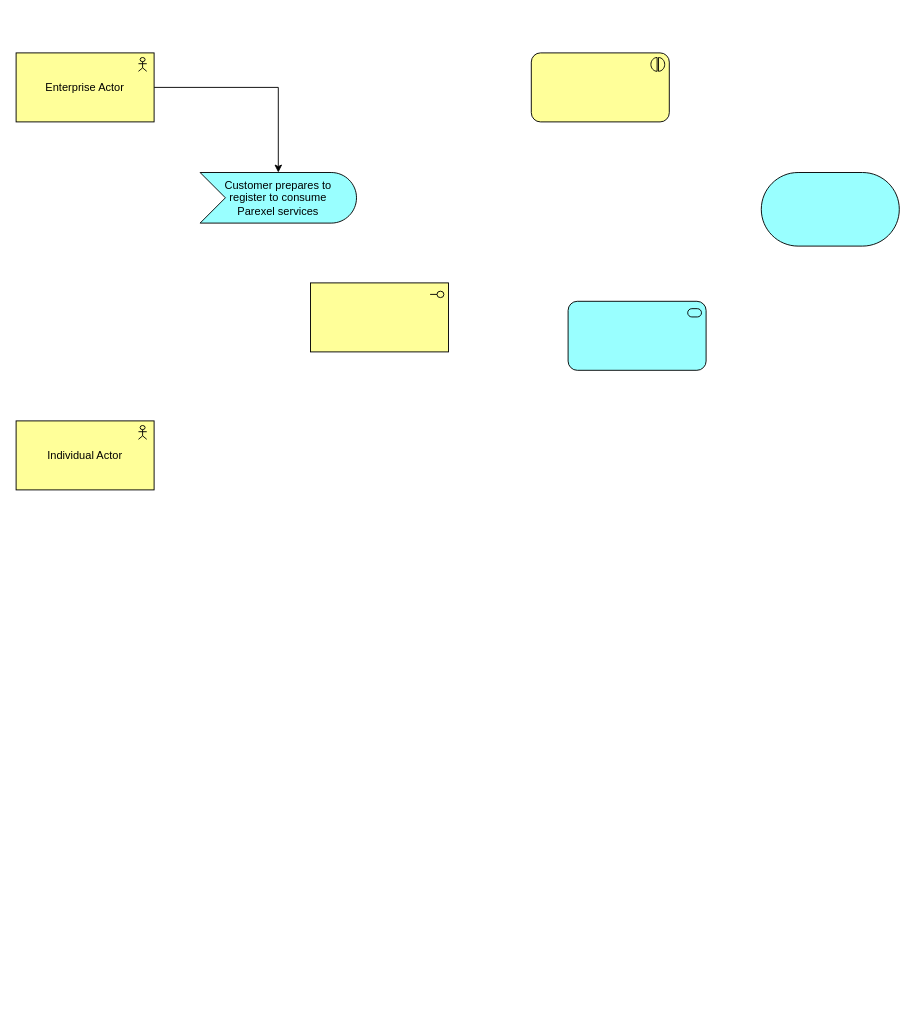
Before: page "Page-1" (1 of 2) of Untitled Diagram.drawio in identity-mark/diagrams, a draw.io diagram. Source tidied: cells renumbered, new cells numbered last; positions are measured from the earlier drawing's top-left corner, leaving out a move shared by most shapes. Both pictures are drawn from the tidied source at 92%, with x=0, y=0 at pixel (16, 52).
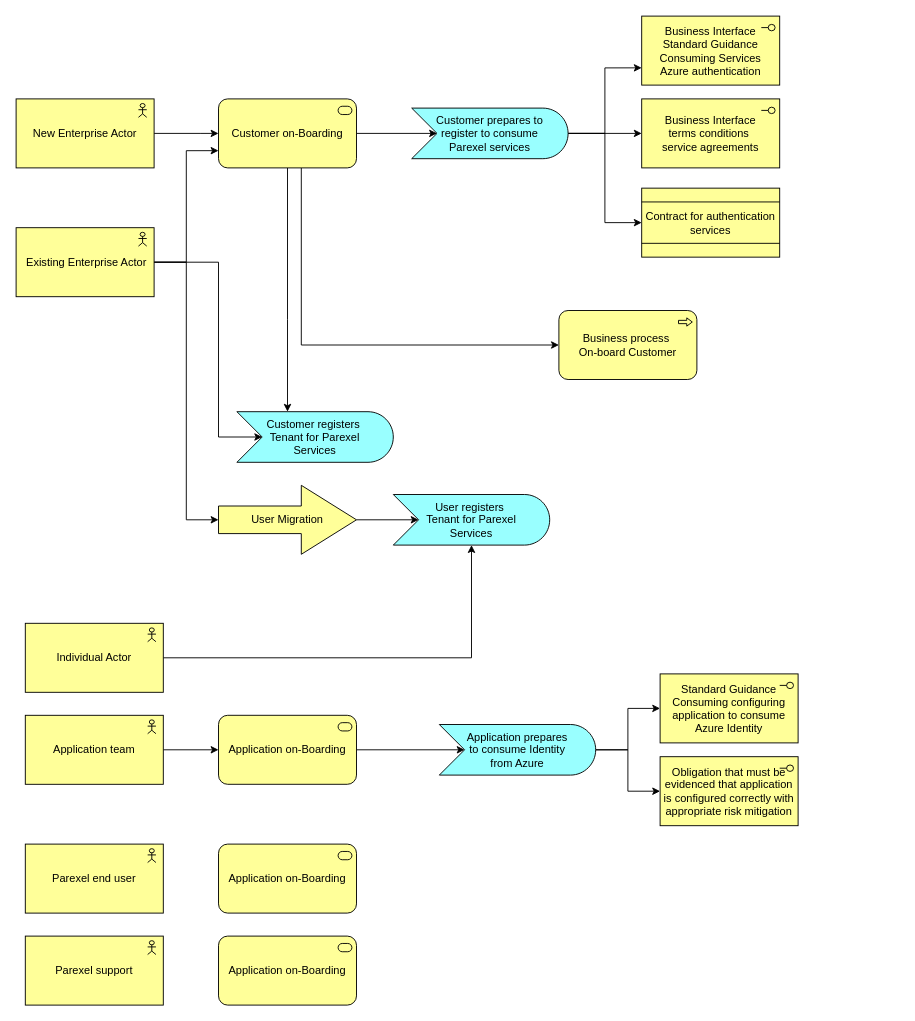
The same page after the edit.

Commit message:
Archi-Mate-Businessdrawio

Change to the diagram source:
```diff
@@
+    <mxCell id="10" style="edgeStyle=orthogonalEdgeStyle;rounded=0;jettySize=auto;html=1;entryX=0;entryY=0.75;entryDx=0;entryDy=0;entryPerimeter=0;" parent="1" edge="1" source="2" target="14">
+      <mxGeometry relative="1" as="geometry" />
+    </mxCell>
+    <mxCell id="11" style="edgeStyle=orthogonalEdgeStyle;rounded=0;jettySize=auto;html=1;entryX=0;entryY=0.5;entryDx=0;entryDy=0;entryPerimeter=0;" parent="1" edge="1" source="2" target="15">
+      <mxGeometry relative="1" as="geometry" />
+    </mxCell>
+    <mxCell id="12" style="edgeStyle=orthogonalEdgeStyle;rounded=0;jettySize=auto;html=1;entryX=0;entryY=0.5;entryDx=0;entryDy=0;entryPerimeter=0;" parent="1" edge="1" source="2" target="16">
+      <mxGeometry relative="1" as="geometry" />
+    </mxCell>
     <mxCell id="2" value="Customer prepares to&lt;br&gt;register to&amp;nbsp;consume&lt;br&gt;Parexel services" style="html=1;outlineConnect=0;whiteSpace=wrap;fillColor=#99ffff;shape=mxgraph.archimate3.event;" parent="1" vertex="1">
-      <mxGeometry x="200" y="130" width="170" height="55" as="geometry" />
+      <mxGeometry x="430" y="60" width="170" height="55" as="geometry" />
     </mxCell>
-    <mxCell id="3" style="html=1;whiteSpace=wrap;fillColor=#99ffff;shape=mxgraph.archimate3.application;appType=serv;archiType=rounded;" parent="1" vertex="1">
-      <mxGeometry x="600" y="270" width="150" height="75" as="geometry" />
-    </mxCell>
-    <mxCell id="4" style="html=1;whiteSpace=wrap;fillColor=#ffff99;shape=mxgraph.archimate3.application;appType=interaction;archiType=rounded;" parent="1" vertex="1">
-      <mxGeometry x="560" width="150" height="75" as="geometry" />
-    </mxCell>
-    <mxCell id="5" style="html=1;whiteSpace=wrap;fillColor=#ffff99;shape=mxgraph.archimate3.application;appType=interface;archiType=square;" parent="1" vertex="1">
-      <mxGeometry x="320" y="250" width="150" height="75" as="geometry" />
-    </mxCell>
-    <mxCell id="6" style="html=1;whiteSpace=wrap;fillColor=#99ffff;shape=mxgraph.archimate3.service;" parent="1" vertex="1">
-      <mxGeometry x="810" y="130" width="150" height="80" as="geometry" />
-    </mxCell>
-    <mxCell id="7" style="edgeStyle=orthogonalEdgeStyle;rounded=0;jettySize=auto;html=1;" parent="1" edge="1" source="8" target="2">
-      <mxGeometry relative="1" as="geometry" />
+    <mxCell id="7" style="edgeStyle=orthogonalEdgeStyle;rounded=0;jettySize=auto;html=1;entryX=0;entryY=0.5;entryDx=0;entryDy=0;entryPerimeter=0;" parent="1" edge="1" source="8" target="21">
+      <mxGeometry relative="1" as="geometry">
+        <Array as="points">
+          <mxPoint x="200" y="88" />
+          <mxPoint x="200" y="88" />
+        </Array>
+      </mxGeometry>
     </mxCell>
-    <mxCell id="8" value="Enterprise Actor" style="html=1;outlineConnect=0;whiteSpace=wrap;fillColor=#ffff99;shape=mxgraph.archimate3.application;appType=actor;archiType=square;" parent="1" vertex="1">
-      <mxGeometry width="150" height="75" as="geometry" />
+    <mxCell id="8" value="New Enterprise Actor" style="html=1;outlineConnect=0;whiteSpace=wrap;fillColor=#ffff99;shape=mxgraph.archimate3.application;appType=actor;archiType=square;" parent="1" vertex="1">
+      <mxGeometry y="50" width="150" height="75" as="geometry" />
     </mxCell>
+    <mxCell id="13" style="edgeStyle=orthogonalEdgeStyle;rounded=0;jettySize=auto;html=1;" parent="1" edge="1" source="9" target="37">
+      <mxGeometry relative="1" as="geometry" />
+    </mxCell>
     <mxCell id="9" value="Individual Actor" style="html=1;outlineConnect=0;whiteSpace=wrap;fillColor=#ffff99;shape=mxgraph.archimate3.application;appType=actor;archiType=square;" parent="1" vertex="1">
-      <mxGeometry y="400" width="150" height="75" as="geometry" />
+      <mxGeometry x="10" y="620" width="150" height="75" as="geometry" />
     </mxCell>
+    <mxCell id="14" value="Business Interface&lt;br&gt;Standard Guidance&lt;br&gt;Consuming Services&lt;br&gt;Azure authentication" style="html=1;outlineConnect=0;whiteSpace=wrap;fillColor=#ffff99;shape=mxgraph.archimate3.application;appType=interface;archiType=square;" parent="1" vertex="1">
+      <mxGeometry x="680" y="-40" width="150" height="75" as="geometry" />
+    </mxCell>
+    <mxCell id="15" value="Business Interface&lt;br&gt;terms conditions&amp;nbsp;&lt;br&gt;service agreements" style="html=1;outlineConnect=0;whiteSpace=wrap;fillColor=#ffff99;shape=mxgraph.archimate3.application;appType=interface;archiType=square;" parent="1" vertex="1">
+      <mxGeometry x="680" y="50" width="150" height="75" as="geometry" />
+    </mxCell>
+    <mxCell id="16" value="Contract for authentication services" style="html=1;outlineConnect=0;whiteSpace=wrap;fillColor=#ffff99;shape=mxgraph.archimate3.contract;" parent="1" vertex="1">
+      <mxGeometry x="680" y="147" width="150" height="75" as="geometry" />
+    </mxCell>
+    <mxCell id="17" value="Customer registers&amp;nbsp;&lt;br&gt;Tenant for Parexel&lt;br&gt;Services" style="html=1;outlineConnect=0;whiteSpace=wrap;fillColor=#99ffff;shape=mxgraph.archimate3.event;" parent="1" vertex="1">
+      <mxGeometry x="240" y="390" width="170" height="55" as="geometry" />
+    </mxCell>
+    <mxCell id="18" style="edgeStyle=orthogonalEdgeStyle;rounded=0;jettySize=auto;html=1;entryX=0;entryY=0;entryDx=27.5;entryDy=27.5;entryPerimeter=0;" parent="1" edge="1" source="21" target="2">
+      <mxGeometry relative="1" as="geometry" />
+    </mxCell>
+    <mxCell id="19" style="edgeStyle=orthogonalEdgeStyle;rounded=0;jettySize=auto;html=1;entryX=0;entryY=0.5;entryDx=0;entryDy=0;entryPerimeter=0;" parent="1" edge="1" source="21" target="30">
+      <mxGeometry relative="1" as="geometry">
+        <Array as="points">
+          <mxPoint x="310" y="318" />
+        </Array>
+      </mxGeometry>
+    </mxCell>
+    <mxCell id="20" style="edgeStyle=orthogonalEdgeStyle;rounded=0;jettySize=auto;html=1;" parent="1" edge="1" source="21" target="17">
+      <mxGeometry relative="1" as="geometry">
+        <Array as="points">
+          <mxPoint x="295" y="290" />
+          <mxPoint x="295" y="290" />
+        </Array>
+      </mxGeometry>
+    </mxCell>
+    <mxCell id="21" value="Customer on-Boarding" style="html=1;outlineConnect=0;whiteSpace=wrap;fillColor=#ffff99;shape=mxgraph.archimate3.application;appType=serv;archiType=rounded;" parent="1" vertex="1">
+      <mxGeometry x="220" y="50" width="150" height="75" as="geometry" />
+    </mxCell>
+    <mxCell id="22" value="Parexel end user" style="html=1;whiteSpace=wrap;fillColor=#ffff99;shape=mxgraph.archimate3.application;appType=actor;archiType=square;" parent="1" vertex="1">
+      <mxGeometry x="10" y="860" width="150" height="75" as="geometry" />
+    </mxCell>
+    <mxCell id="23" value="Parexel support" style="html=1;whiteSpace=wrap;fillColor=#ffff99;shape=mxgraph.archimate3.application;appType=actor;archiType=square;" parent="1" vertex="1">
+      <mxGeometry x="10" y="960" width="150" height="75" as="geometry" />
+    </mxCell>
+    <mxCell id="24" style="edgeStyle=orthogonalEdgeStyle;rounded=0;jettySize=auto;html=1;exitX=1;exitY=0.5;exitDx=0;exitDy=0;exitPerimeter=0;entryX=0;entryY=0.5;entryDx=0;entryDy=0;entryPerimeter=0;" parent="1" edge="1" source="25" target="27">
+      <mxGeometry relative="1" as="geometry" />
+    </mxCell>
+    <mxCell id="25" value="Application team" style="html=1;outlineConnect=0;whiteSpace=wrap;fillColor=#ffff99;shape=mxgraph.archimate3.application;appType=actor;archiType=square;" parent="1" vertex="1">
+      <mxGeometry x="10" y="720" width="150" height="75" as="geometry" />
+    </mxCell>
+    <mxCell id="26" style="edgeStyle=orthogonalEdgeStyle;rounded=0;jettySize=auto;html=1;exitX=1;exitY=0.5;exitDx=0;exitDy=0;exitPerimeter=0;entryX=0;entryY=0;entryDx=27.5;entryDy=27.5;entryPerimeter=0;" parent="1" edge="1" source="27" target="40">
+      <mxGeometry relative="1" as="geometry" />
+    </mxCell>
+    <mxCell id="27" value="Application on-Boarding" style="html=1;outlineConnect=0;whiteSpace=wrap;fillColor=#ffff99;shape=mxgraph.archimate3.application;appType=serv;archiType=rounded;" parent="1" vertex="1">
+      <mxGeometry x="220" y="720" width="150" height="75" as="geometry" />
+    </mxCell>
+    <mxCell id="28" value="Application on-Boarding" style="html=1;whiteSpace=wrap;fillColor=#ffff99;shape=mxgraph.archimate3.application;appType=serv;archiType=rounded;" parent="1" vertex="1">
+      <mxGeometry x="220" y="960" width="150" height="75" as="geometry" />
+    </mxCell>
+    <mxCell id="29" value="Application on-Boarding" style="html=1;whiteSpace=wrap;fillColor=#ffff99;shape=mxgraph.archimate3.application;appType=serv;archiType=rounded;" parent="1" vertex="1">
+      <mxGeometry x="220" y="860" width="150" height="75" as="geometry" />
+    </mxCell>
+    <mxCell id="30" value="Business process&amp;nbsp;&lt;br&gt;On-board Customer" style="html=1;outlineConnect=0;whiteSpace=wrap;fillColor=#ffff99;shape=mxgraph.archimate3.application;appType=proc;archiType=rounded;" parent="1" vertex="1">
+      <mxGeometry x="590" y="280" width="150" height="75" as="geometry" />
+    </mxCell>
+    <mxCell id="31" style="edgeStyle=orthogonalEdgeStyle;rounded=0;jettySize=auto;html=1;entryX=0;entryY=0.75;entryDx=0;entryDy=0;entryPerimeter=0;" parent="1" edge="1" source="34" target="21">
+      <mxGeometry relative="1" as="geometry" />
+    </mxCell>
+    <mxCell id="32" style="edgeStyle=orthogonalEdgeStyle;rounded=0;jettySize=auto;html=1;exitX=1;exitY=0.5;exitDx=0;exitDy=0;exitPerimeter=0;entryX=0;entryY=0.5;entryDx=0;entryDy=0;entryPerimeter=0;" parent="1" edge="1" source="34" target="36">
+      <mxGeometry relative="1" as="geometry" />
+    </mxCell>
+    <mxCell id="33" style="edgeStyle=orthogonalEdgeStyle;rounded=0;jettySize=auto;html=1;entryX=0;entryY=0;entryDx=27.5;entryDy=27.5;entryPerimeter=0;" parent="1" edge="1" source="34" target="17">
+      <mxGeometry relative="1" as="geometry">
+        <Array as="points">
+          <mxPoint x="220" y="228" />
+          <mxPoint x="220" y="418" />
+        </Array>
+      </mxGeometry>
+    </mxCell>
+    <mxCell id="34" value="&amp;nbsp;Existing Enterprise Actor" style="html=1;outlineConnect=0;whiteSpace=wrap;fillColor=#ffff99;shape=mxgraph.archimate3.application;appType=actor;archiType=square;" parent="1" vertex="1">
+      <mxGeometry y="190" width="150" height="75" as="geometry" />
+    </mxCell>
+    <mxCell id="35" style="edgeStyle=orthogonalEdgeStyle;rounded=0;jettySize=auto;html=1;entryX=0;entryY=0;entryDx=27.5;entryDy=27.5;entryPerimeter=0;" parent="1" edge="1" source="36" target="37">
+      <mxGeometry relative="1" as="geometry" />
+    </mxCell>
+    <mxCell id="36" value="User Migration" style="html=1;outlineConnect=0;whiteSpace=wrap;fillColor=#ffff99;shape=mxgraph.archimate3.process;" parent="1" vertex="1">
+      <mxGeometry x="220" y="470" width="150" height="75" as="geometry" />
+    </mxCell>
+    <mxCell id="37" value="User registers&amp;nbsp;&lt;br&gt;Tenant for Parexel&lt;br&gt;Services" style="html=1;outlineConnect=0;whiteSpace=wrap;fillColor=#99ffff;shape=mxgraph.archimate3.event;" parent="1" vertex="1">
+      <mxGeometry x="410" y="480" width="170" height="55" as="geometry" />
+    </mxCell>
+    <mxCell id="38" style="edgeStyle=orthogonalEdgeStyle;rounded=0;jettySize=auto;html=1;exitX=1;exitY=0.5;exitDx=0;exitDy=0;exitPerimeter=0;entryX=0;entryY=0.5;entryDx=0;entryDy=0;entryPerimeter=0;" parent="1" edge="1" source="40" target="41">
+      <mxGeometry relative="1" as="geometry" />
+    </mxCell>
+    <mxCell id="39" style="edgeStyle=orthogonalEdgeStyle;rounded=0;jettySize=auto;html=1;entryX=0;entryY=0.5;entryDx=0;entryDy=0;entryPerimeter=0;" parent="1" edge="1" source="40" target="42">
+      <mxGeometry relative="1" as="geometry" />
+    </mxCell>
+    <mxCell id="40" value="Application prepares&lt;br&gt;to consume Identity&lt;br&gt;from Azure" style="html=1;outlineConnect=0;whiteSpace=wrap;fillColor=#99ffff;shape=mxgraph.archimate3.event;" parent="1" vertex="1">
+      <mxGeometry x="460" y="730" width="170" height="55" as="geometry" />
+    </mxCell>
+    <mxCell id="41" value="Standard Guidance&lt;br&gt;Consuming configuring application to consume Azure Identity" style="html=1;outlineConnect=0;whiteSpace=wrap;fillColor=#ffff99;shape=mxgraph.archimate3.application;appType=interface;archiType=square;" parent="1" vertex="1">
+      <mxGeometry x="700" y="675" width="150" height="75" as="geometry" />
+    </mxCell>
+    <mxCell id="42" value="Obligation that must be evidenced that application is configured correctly with appropriate risk mitigation" style="html=1;outlineConnect=0;whiteSpace=wrap;fillColor=#ffff99;shape=mxgraph.archimate3.application;appType=interface;archiType=square;" parent="1" vertex="1">
+      <mxGeometry x="700" y="765" width="150" height="75" as="geometry" />
+    </mxCell>
```
